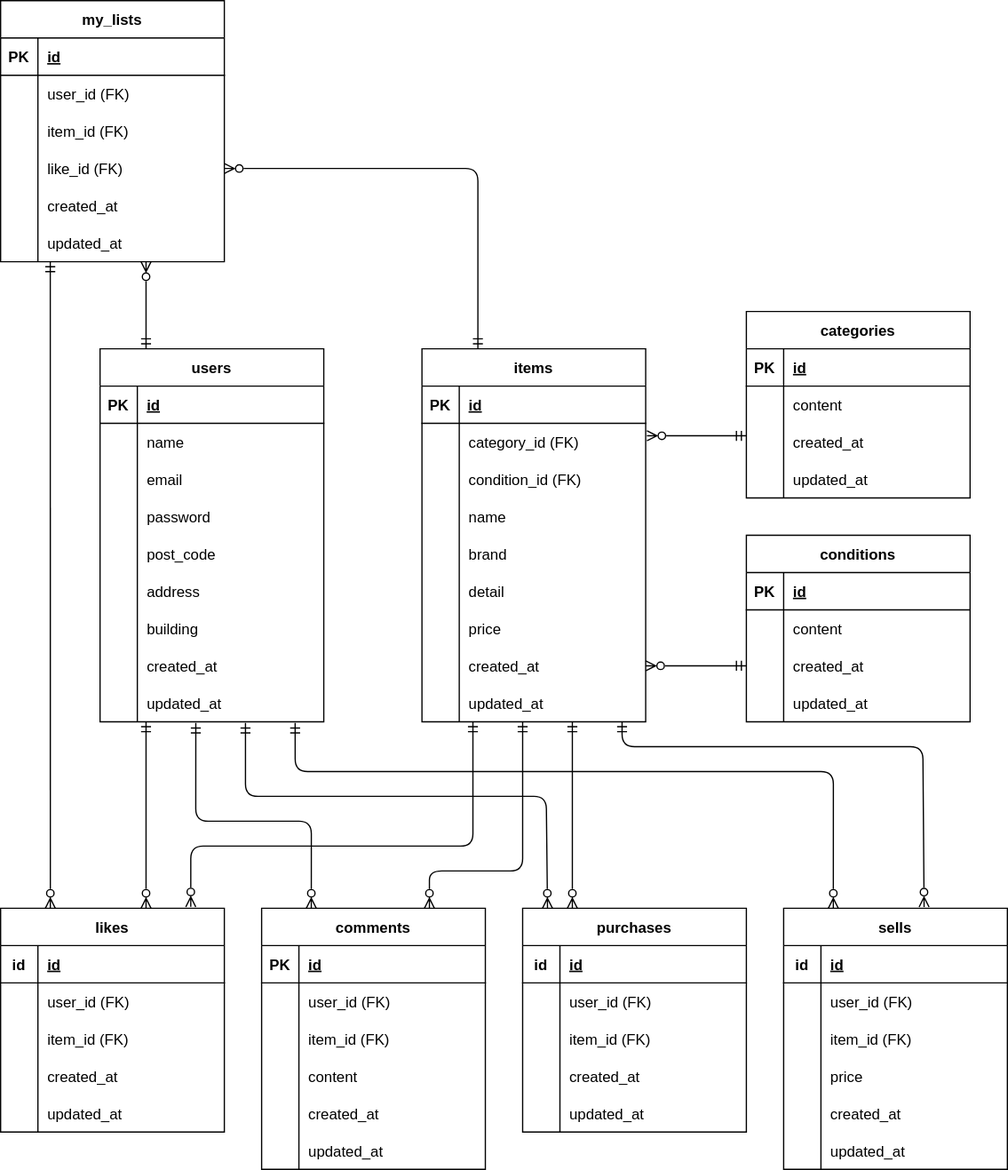
This is src/flea-market-test_ER.drawio.svg from dq-myk/flea-market-app, a draw.io export, as it was before one commit. Source tidied: cells renumbered, new cells last; positions are measured from the earlier drawing's top-left corner, leaving out a move shared by most shapes.
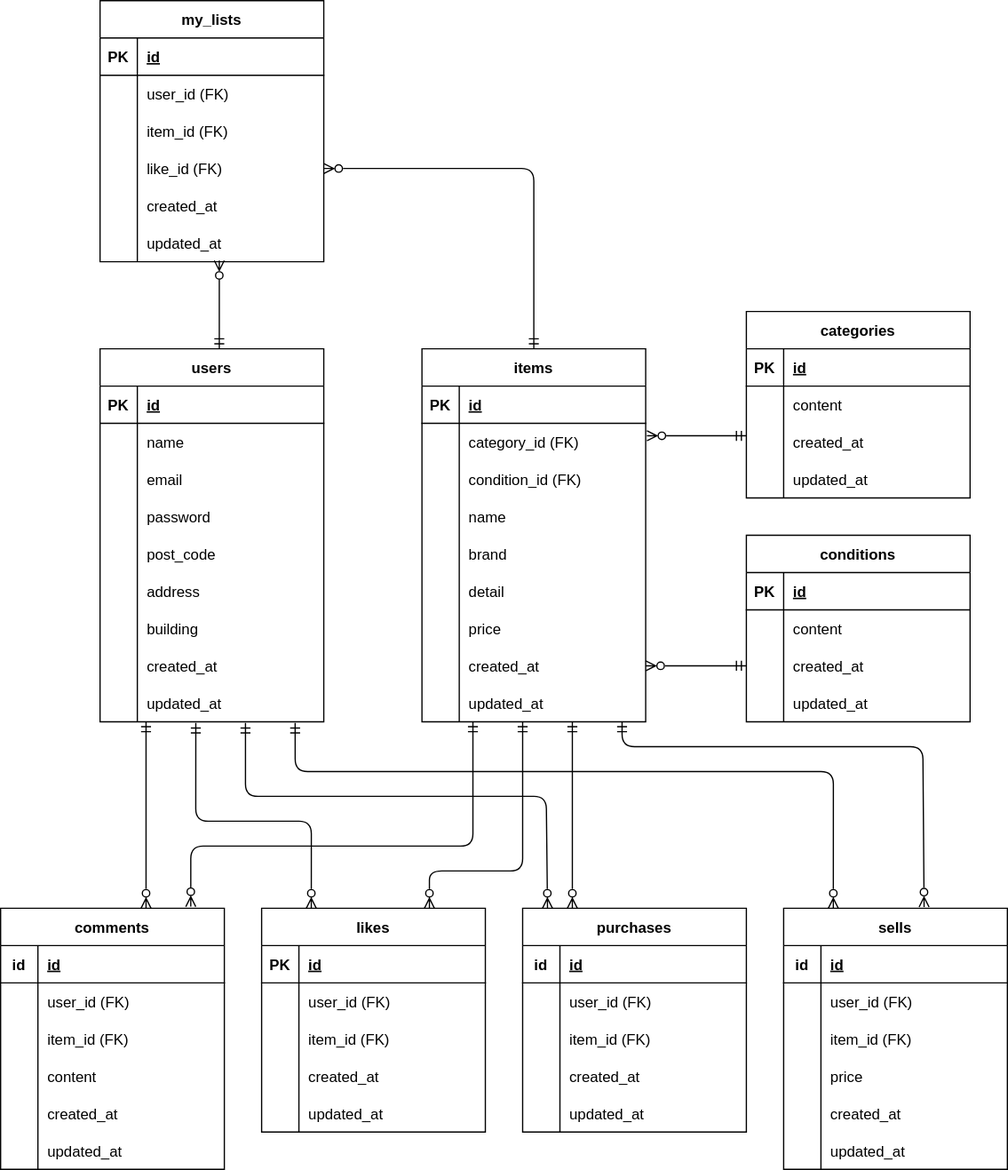
Later version of the same file.

Change to the diagram source:
```diff
@@ -86,8 +86,8 @@
     <mxCell id="29" value="updated_at" style="shape=partialRectangle;fillColor=none;top=0;left=0;bottom=0;right=0;align=left;spacingLeft=6;overflow=hidden;" parent="27" vertex="1">
       <mxGeometry x="30" width="150" height="30" as="geometry" />
     </mxCell>
-    <mxCell id="30" value="likes" style="shape=table;startSize=30;rowLines=0;fontStyle=1;align=center;" parent="1" vertex="1">
-      <mxGeometry y="730" width="180" height="180" as="geometry" />
+    <mxCell id="30" value="comments" style="shape=table;startSize=30;rowLines=0;fontStyle=1;align=center;" parent="1" vertex="1">
+      <mxGeometry y="730" width="180" height="210" as="geometry" />
     </mxCell>
     <mxCell id="31" style="shape=tableRow;horizontal=0;startSize=0;swimlaneHead=0;swimlaneBody=0;fillColor=none;top=0;left=0;right=0;bottom=1;" parent="30" vertex="1">
       <mxGeometry y="30" width="180" height="30" as="geometry" />
@@ -116,8 +116,17 @@
     <mxCell id="39" value="item_id (FK)" style="shape=partialRectangle;fillColor=none;top=0;left=0;bottom=0;right=0;align=left;spacingLeft=6;overflow=hidden;" parent="37" vertex="1">
       <mxGeometry x="30" width="150" height="30" as="geometry" />
     </mxCell>
+    <mxCell id="56" style="shape=tableRow;horizontal=0;startSize=0;swimlaneHead=0;swimlaneBody=0;fillColor=none;top=0;left=0;right=0;bottom=0;" parent="30" vertex="1">
+      <mxGeometry y="120" width="180" height="30" as="geometry" />
+    </mxCell>
+    <mxCell id="57" style="shape=partialRectangle;fillColor=none;top=0;left=0;bottom=0;right=0;overflow=hidden;" parent="56" vertex="1">
+      <mxGeometry width="30" height="30" as="geometry" />
+    </mxCell>
+    <mxCell id="58" value="content" style="shape=partialRectangle;fillColor=none;top=0;left=0;bottom=0;right=0;align=left;spacingLeft=6;overflow=hidden;" parent="56" vertex="1">
+      <mxGeometry x="30" width="150" height="30" as="geometry" />
+    </mxCell>
     <mxCell id="40" style="shape=tableRow;horizontal=0;startSize=0;swimlaneHead=0;swimlaneBody=0;fillColor=none;top=0;left=0;right=0;bottom=0;" parent="30" vertex="1">
-      <mxGeometry y="120" width="180" height="30" as="geometry" />
+      <mxGeometry y="150" width="180" height="30" as="geometry" />
     </mxCell>
     <mxCell id="41" style="shape=partialRectangle;fillColor=none;top=0;left=0;bottom=0;right=0;overflow=hidden;" parent="40" vertex="1">
       <mxGeometry width="30" height="30" as="geometry" />
@@ -126,7 +135,7 @@
       <mxGeometry x="30" width="150" height="30" as="geometry" />
     </mxCell>
     <mxCell id="43" style="shape=tableRow;horizontal=0;startSize=0;swimlaneHead=0;swimlaneBody=0;fillColor=none;top=0;left=0;right=0;bottom=0;" parent="30" vertex="1">
-      <mxGeometry y="150" width="180" height="30" as="geometry" />
+      <mxGeometry y="180" width="180" height="30" as="geometry" />
     </mxCell>
     <mxCell id="44" style="shape=partialRectangle;fillColor=none;top=0;left=0;bottom=0;right=0;overflow=hidden;" parent="43" vertex="1">
       <mxGeometry width="30" height="30" as="geometry" />
@@ -134,8 +143,8 @@
     <mxCell id="45" value="updated_at" style="shape=partialRectangle;fillColor=none;top=0;left=0;bottom=0;right=0;align=left;spacingLeft=6;overflow=hidden;" parent="43" vertex="1">
       <mxGeometry x="30" width="150" height="30" as="geometry" />
     </mxCell>
-    <mxCell id="46" value="comments" style="shape=table;startSize=30;rowLines=0;fontStyle=1;align=center;" parent="1" vertex="1">
-      <mxGeometry x="210" y="730" width="180" height="210" as="geometry" />
+    <mxCell id="46" value="likes" style="shape=table;startSize=30;rowLines=0;fontStyle=1;align=center;" parent="1" vertex="1">
+      <mxGeometry x="210" y="730" width="180" height="180" as="geometry" />
     </mxCell>
     <mxCell id="47" style="shape=tableRow;horizontal=0;startSize=0;swimlaneHead=0;swimlaneBody=0;fillColor=none;top=0;left=0;right=0;bottom=1;" parent="46" vertex="1">
       <mxGeometry y="30" width="180" height="30" as="geometry" />
@@ -164,17 +173,8 @@
     <mxCell id="55" value="item_id (FK)" style="shape=partialRectangle;fillColor=none;top=0;left=0;bottom=0;right=0;align=left;spacingLeft=6;overflow=hidden;" parent="53" vertex="1">
       <mxGeometry x="30" width="150" height="30" as="geometry" />
     </mxCell>
-    <mxCell id="56" style="shape=tableRow;horizontal=0;startSize=0;swimlaneHead=0;swimlaneBody=0;fillColor=none;top=0;left=0;right=0;bottom=0;" parent="46" vertex="1">
-      <mxGeometry y="120" width="180" height="30" as="geometry" />
-    </mxCell>
-    <mxCell id="57" style="shape=partialRectangle;fillColor=none;top=0;left=0;bottom=0;right=0;overflow=hidden;" parent="56" vertex="1">
-      <mxGeometry width="30" height="30" as="geometry" />
-    </mxCell>
-    <mxCell id="58" value="content" style="shape=partialRectangle;fillColor=none;top=0;left=0;bottom=0;right=0;align=left;spacingLeft=6;overflow=hidden;" parent="56" vertex="1">
-      <mxGeometry x="30" width="150" height="30" as="geometry" />
-    </mxCell>
     <mxCell id="59" style="shape=tableRow;horizontal=0;startSize=0;swimlaneHead=0;swimlaneBody=0;fillColor=none;top=0;left=0;right=0;bottom=0;" parent="46" vertex="1">
-      <mxGeometry y="150" width="180" height="30" as="geometry" />
+      <mxGeometry y="120" width="180" height="30" as="geometry" />
     </mxCell>
     <mxCell id="60" style="shape=partialRectangle;fillColor=none;top=0;left=0;bottom=0;right=0;overflow=hidden;" parent="59" vertex="1">
       <mxGeometry width="30" height="30" as="geometry" />
@@ -183,7 +183,7 @@
       <mxGeometry x="30" width="150" height="30" as="geometry" />
     </mxCell>
     <mxCell id="62" style="shape=tableRow;horizontal=0;startSize=0;swimlaneHead=0;swimlaneBody=0;fillColor=none;top=0;left=0;right=0;bottom=0;" parent="46" vertex="1">
-      <mxGeometry y="180" width="180" height="30" as="geometry" />
+      <mxGeometry y="150" width="180" height="30" as="geometry" />
     </mxCell>
     <mxCell id="63" style="shape=partialRectangle;fillColor=none;top=0;left=0;bottom=0;right=0;overflow=hidden;" parent="62" vertex="1">
       <mxGeometry width="30" height="30" as="geometry" />
@@ -276,7 +276,7 @@
       <mxGeometry x="30" width="150" height="30" as="geometry" />
     </mxCell>
     <mxCell id="93" value="my_lists" style="shape=table;startSize=30;rowLines=0;fontStyle=1;align=center;" parent="1" vertex="1">
-      <mxGeometry width="180" height="210" as="geometry" />
+      <mxGeometry x="80" width="180" height="210" as="geometry" />
     </mxCell>
     <mxCell id="94" style="shape=tableRow;horizontal=0;startSize=0;swimlaneHead=0;swimlaneBody=0;fillColor=none;top=0;left=0;right=0;bottom=1;" parent="93" vertex="1">
       <mxGeometry y="30" width="180" height="30" as="geometry" />
@@ -332,11 +332,6 @@
     <mxCell id="111" value="updated_at" style="shape=partialRectangle;fillColor=none;top=0;left=0;bottom=0;right=0;align=left;spacingLeft=6;overflow=hidden;" parent="109" vertex="1">
       <mxGeometry x="30" width="150" height="30" as="geometry" />
     </mxCell>
-    <mxCell id="112" style="edgeStyle=none;html=1;startArrow=ERmandOne;startFill=0;endArrow=ERzeroToMany;endFill=0;entryX=0.222;entryY=1;entryDx=0;entryDy=0;entryPerimeter=0;exitX=0.222;exitY=1;exitDx=0;exitDy=0;exitPerimeter=0;" parent="93" edge="1" source="109">
-      <mxGeometry relative="1" as="geometry">
-        <mxPoint x="40" y="730" as="targetPoint" />
-      </mxGeometry>
-    </mxCell>
     <mxCell id="113" value="conditions" style="shape=table;startSize=30;rowLines=0;fontStyle=1;align=center;" parent="1" vertex="1">
       <mxGeometry x="600" y="430" width="180" height="150" as="geometry" />
     </mxCell>
@@ -529,16 +524,13 @@
         <mxPoint x="520" y="350" as="targetPoint" />
       </mxGeometry>
     </mxCell>
-    <mxCell id="176" style="edgeStyle=none;html=1;startArrow=ERmandOne;startFill=0;endArrow=ERzeroToMany;endFill=0;" parent="1" edge="1">
-      <mxGeometry relative="1" as="geometry">
-        <mxPoint x="117" y="280" as="sourcePoint" />
-        <mxPoint x="117" y="210" as="targetPoint" />
-      </mxGeometry>
+    <mxCell id="176" style="edgeStyle=none;html=1;startArrow=ERmandOne;startFill=0;endArrow=ERzeroToMany;endFill=0;entryX=0.533;entryY=0.967;entryDx=0;entryDy=0;entryPerimeter=0;exitX=0.533;exitY=0;exitDx=0;exitDy=0;exitPerimeter=0;" parent="1" edge="1" source="2" target="109">
+      <mxGeometry relative="1" as="geometry" />
     </mxCell>
-    <mxCell id="177" style="edgeStyle=orthogonalEdgeStyle;html=1;startArrow=ERmandOne;startFill=0;endArrow=ERzeroToMany;endFill=0;entryX=1;entryY=0.5;entryDx=0;entryDy=0;exitX=0.25;exitY=0;exitDx=0;exitDy=0;" parent="1" edge="1" source="65" target="103">
+    <mxCell id="177" style="edgeStyle=orthogonalEdgeStyle;html=1;startArrow=ERmandOne;startFill=0;endArrow=ERzeroToMany;endFill=0;entryX=1;entryY=0.5;entryDx=0;entryDy=0;exitX=0.5;exitY=0;exitDx=0;exitDy=0;" parent="1" edge="1" source="65" target="103">
       <mxGeometry relative="1" as="geometry">
         <Array as="points">
-          <mxPoint x="384" y="135" />
+          <mxPoint x="429" y="135" />
         </Array>
       </mxGeometry>
     </mxCell>
```
